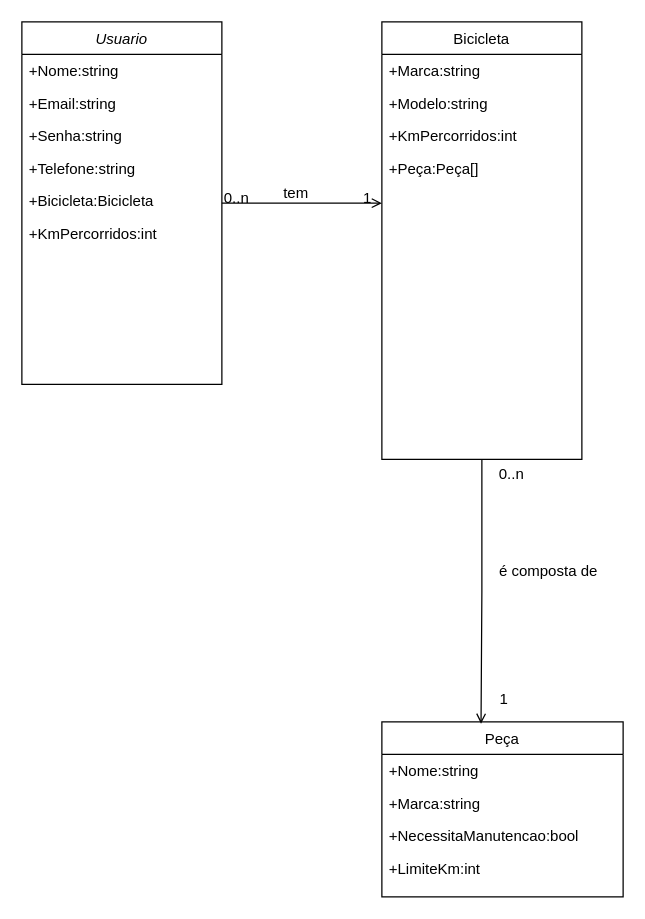
Earlier version of the draw.io diagram PedalLabsDiagrama.drawio (joaopaulocunhafaria/Flutter-Pedal-Labs-App). Source tidied: cells renumbered, new cells numbered last; positions are measured from the earlier drawing's top-left corner, leaving out a move shared by most shapes. Both pictures are drawn from the tidied source at 125%, with x=0, y=0 at pixel (21, 21).
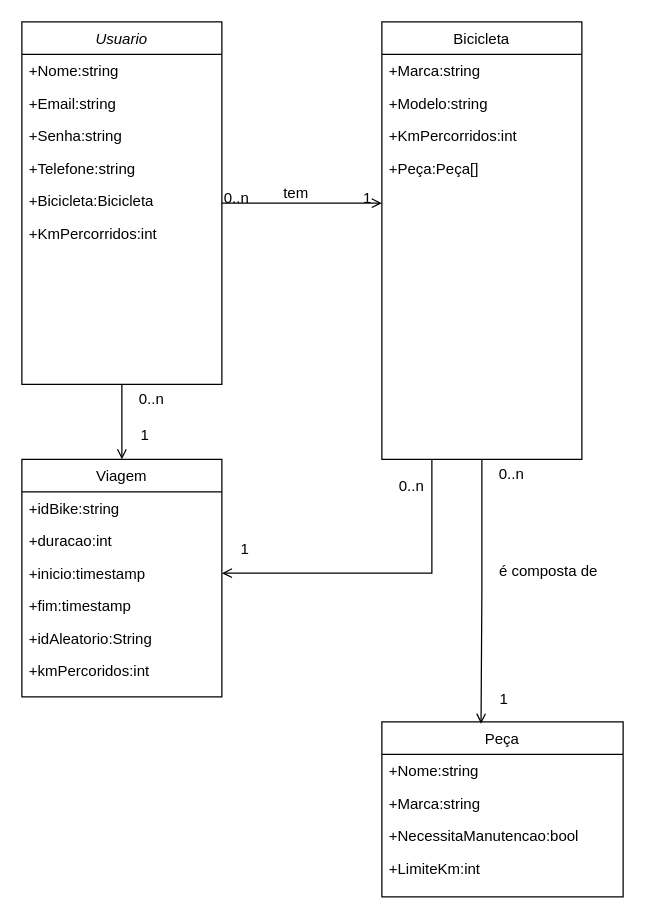
Above is the later version.

Commit message:
feat: Diagramacao de vigens

The change refers to these unchanged cells:
```xml
<mxCell id="2" value="Usuario" style="swimlane;fontStyle=2;align=center;verticalAlign=top;horizontal=1;startSize=26;rounded=0;shadow=0;strokeWidth=1;" parent="1" vertex="1">
  <mxGeometry width="160" height="290" as="geometry" />
</mxCell>
<mxCell id="14" value="Bicicleta" style="swimlane;fontStyle=0;align=center;verticalAlign=top;horizontal=1;startSize=26;rounded=0;shadow=0;strokeWidth=1;" parent="1" vertex="1">
  <mxGeometry x="288" width="160" height="350" as="geometry" />
</mxCell>
```

The edit, as a diff of the source:
```diff
@@
+    <mxCell id="27" value="Viagem" style="swimlane;fontStyle=0;align=center;verticalAlign=top;horizontal=1;startSize=26;rounded=0;shadow=0;strokeWidth=1;" parent="1" vertex="1">
+      <mxGeometry y="350" width="160" height="190" as="geometry" />
+    </mxCell>
+    <mxCell id="28" value="+idBike:string" style="text;align=left;verticalAlign=top;spacingLeft=4;spacingRight=4;overflow=hidden;" parent="27" vertex="1">
+      <mxGeometry y="26" width="160" height="26" as="geometry" />
+    </mxCell>
+    <mxCell id="29" value="+duracao:int" style="text;align=left;verticalAlign=top;spacingLeft=4;spacingRight=4;overflow=hidden;rounded=0;shadow=0;html=0;" parent="27" vertex="1">
+      <mxGeometry y="52" width="160" height="26" as="geometry" />
+    </mxCell>
+    <mxCell id="30" value="+inicio:timestamp" style="text;align=left;verticalAlign=top;spacingLeft=4;spacingRight=4;overflow=hidden;points=[[0,0.5],[1,0.5]];portConstraint=eastwest;rounded=0;shadow=0;html=0;" parent="27" vertex="1">
+      <mxGeometry y="78" width="160" height="26" as="geometry" />
+    </mxCell>
+    <mxCell id="31" value="+fim:timestamp" style="text;align=left;verticalAlign=top;spacingLeft=4;spacingRight=4;overflow=hidden;rounded=0;shadow=0;html=0;" parent="27" vertex="1">
+      <mxGeometry y="104" width="160" height="26" as="geometry" />
+    </mxCell>
+    <mxCell id="32" value="+idAleatorio:String" style="text;align=left;verticalAlign=top;spacingLeft=4;spacingRight=4;overflow=hidden;rounded=0;shadow=0;html=0;" parent="27" vertex="1">
+      <mxGeometry y="130" width="160" height="26" as="geometry" />
+    </mxCell>
+    <mxCell id="33" value="+kmPercoridos:int" style="text;align=left;verticalAlign=top;spacingLeft=4;spacingRight=4;overflow=hidden;rounded=0;shadow=0;html=0;" parent="27" vertex="1">
+      <mxGeometry y="156" width="160" height="26" as="geometry" />
+    </mxCell>
+    <mxCell id="34" style="endArrow=open;shadow=0;strokeWidth=1;rounded=0;curved=0;endFill=1;edgeStyle=elbowEdgeStyle;elbow=vertical;exitX=0.5;exitY=1;exitDx=0;exitDy=0;entryX=0.5;entryY=0;entryDx=0;entryDy=0;" parent="1" edge="1" source="2" target="27">
+      <mxGeometry x="0.5" y="41" relative="1" as="geometry">
+        <mxPoint x="-40" y="32" as="offset" />
+      </mxGeometry>
+    </mxCell>
+    <mxCell id="35" value="0..n" style="align=left;verticalAlign=bottom;labelBackgroundColor=none;fontSize=12;" parent="34" vertex="1">
+      <mxGeometry x="-1" relative="1" as="geometry">
+        <mxPoint x="12" y="20" as="offset" />
+      </mxGeometry>
+    </mxCell>
+    <mxCell id="36" value="1" style="align=right;verticalAlign=bottom;labelBackgroundColor=none;fontSize=12;" parent="34" vertex="1">
+      <mxGeometry x="1" relative="1" as="geometry">
+        <mxPoint x="23" y="-11" as="offset" />
+      </mxGeometry>
+    </mxCell>
+    <mxCell id="37" style="endArrow=open;shadow=0;strokeWidth=1;rounded=0;curved=0;endFill=1;edgeStyle=elbowEdgeStyle;elbow=vertical;entryX=1;entryY=0.5;entryDx=0;entryDy=0;exitX=0.25;exitY=1;exitDx=0;exitDy=0;" parent="1" edge="1" source="14" target="30">
+      <mxGeometry x="0.5" y="41" relative="1" as="geometry">
+        <Array as="points">
+          <mxPoint x="280" y="441" />
+        </Array>
+        <mxPoint x="-40" y="32" as="offset" />
+      </mxGeometry>
+    </mxCell>
+    <mxCell id="38" value="0..n" style="align=left;verticalAlign=bottom;labelBackgroundColor=none;fontSize=12;" parent="37" vertex="1">
+      <mxGeometry x="-1" relative="1" as="geometry">
+        <mxPoint x="-28" y="30" as="offset" />
+      </mxGeometry>
+    </mxCell>
+    <mxCell id="39" value="1" style="align=right;verticalAlign=bottom;labelBackgroundColor=none;fontSize=12;" parent="37" vertex="1">
+      <mxGeometry x="1" relative="1" as="geometry">
+        <mxPoint x="23" y="-11" as="offset" />
+      </mxGeometry>
+    </mxCell>
```
